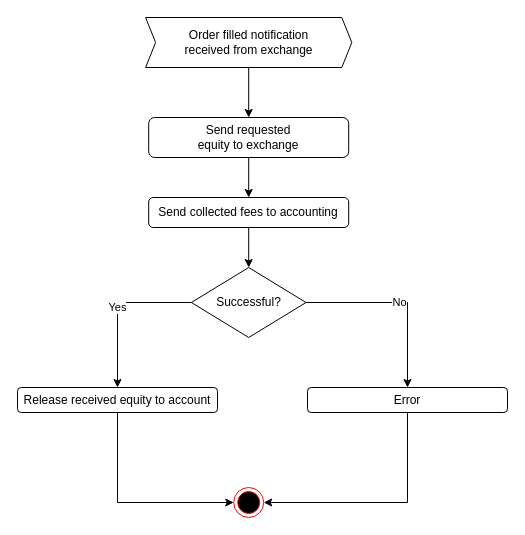
Earlier version of the draw.io diagram UC5:OrderFilled.drawio (dgboulger/SpoofTraderMarket). Source tidied: cells renumbered, new cells numbered last; positions are measured from the earlier drawing's top-left corner, leaving out a move shared by most shapes. Both pictures are drawn from the tidied source at 100%, with x=0, y=0 at pixel (17, 17).
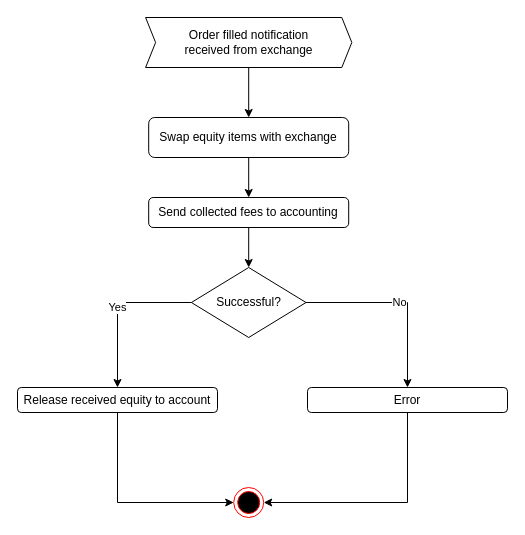
Above is the later version.

Diff of the diagram source:
```diff
@@
 <mxGraphModel>
   <root>
     <mxCell id="0" />
     <mxCell id="1" parent="0" />
     <mxCell id="2" value="Yes" style="edgeStyle=orthogonalEdgeStyle;rounded=0;orthogonalLoop=1;jettySize=auto;html=1;entryX=0.5;entryY=0;entryDx=0;entryDy=0;" parent="1" edge="1">
       <mxGeometry relative="1" as="geometry">
         <mxPoint x="475" y="420" as="targetPoint" />
       </mxGeometry>
     </mxCell>
     <mxCell id="3" style="edgeStyle=orthogonalEdgeStyle;rounded=0;orthogonalLoop=1;jettySize=auto;html=1;entryX=0.5;entryY=0;entryDx=0;entryDy=0;exitX=0.5;exitY=1;exitDx=0;exitDy=0;" parent="1" edge="1">
       <mxGeometry relative="1" as="geometry">
         <mxPoint x="30" y="390" as="sourcePoint" />
       </mxGeometry>
     </mxCell>
     <mxCell id="4" style="ellipse;html=1;shape=endState;fillColor=#000000;strokeColor=#ff0000;" parent="1" vertex="1">
       <mxGeometry x="216.2" y="470" width="30" height="30" as="geometry" />
     </mxCell>
     <mxCell id="5" value="Yes" style="edgeStyle=orthogonalEdgeStyle;rounded=0;jettySize=auto;html=1;exitX=0;exitY=0.5;exitDx=0;exitDy=0;" parent="1" edge="1" source="7" target="17">
       <mxGeometry relative="1" as="geometry" />
     </mxCell>
     <mxCell id="6" value="No" style="edgeStyle=orthogonalEdgeStyle;rounded=0;jettySize=auto;html=1;entryX=0.5;entryY=0;entryDx=0;entryDy=0;" parent="1" edge="1" source="7" target="9">
       <mxGeometry relative="1" as="geometry" />
     </mxCell>
     <mxCell id="7" value="Successful?" style="rhombus;whiteSpace=wrap;html=1;" parent="1" vertex="1">
       <mxGeometry x="173.9" y="250" width="114.6" height="70" as="geometry" />
     </mxCell>
     <mxCell id="8" style="edgeStyle=orthogonalEdgeStyle;rounded=0;jettySize=auto;html=1;entryX=1;entryY=0.5;entryDx=0;entryDy=0;exitX=0.5;exitY=1;exitDx=0;exitDy=0;" parent="1" edge="1" source="9" target="4">
       <mxGeometry relative="1" as="geometry" />
     </mxCell>
     <mxCell id="9" value="Error" style="rounded=1;whiteSpace=wrap;html=1;fillColor=#FFFFFF;" parent="1" vertex="1">
       <mxGeometry x="290" y="370" width="200" height="25" as="geometry" />
     </mxCell>
     <mxCell id="10" style="edgeStyle=orthogonalEdgeStyle;rounded=0;jettySize=auto;html=1;entryX=0.5;entryY=0;entryDx=0;entryDy=0;" parent="1" edge="1" source="12" target="7">
       <mxGeometry relative="1" as="geometry" />
     </mxCell>
-    <mxCell id="11" value="Send requested &lt;br&gt;equity to exchange" style="rounded=1;whiteSpace=wrap;html=1;fillColor=#FFFFFF;" parent="1" vertex="1">
+    <mxCell id="11" value="Swap equity items with exchange" style="rounded=1;whiteSpace=wrap;html=1;fillColor=#FFFFFF;" parent="1" vertex="1">
       <mxGeometry x="131.2" y="100" width="200" height="40" as="geometry" />
     </mxCell>
     <mxCell id="12" value="Send collected fees to accounting" style="rounded=1;whiteSpace=wrap;html=1;fillColor=#FFFFFF;" parent="1" vertex="1">
       <mxGeometry x="131.2" y="180" width="200" height="30" as="geometry" />
     </mxCell>
     <mxCell id="13" style="edgeStyle=orthogonalEdgeStyle;rounded=0;jettySize=auto;html=1;entryX=0.5;entryY=0;entryDx=0;entryDy=0;" parent="1" edge="1" source="11" target="12">
       <mxGeometry relative="1" as="geometry" />
     </mxCell>
     <mxCell id="14" style="edgeStyle=orthogonalEdgeStyle;rounded=0;jettySize=auto;html=1;" parent="1" edge="1" source="15" target="11">
       <mxGeometry relative="1" as="geometry" />
     </mxCell>
     <mxCell id="15" value="Order filled notification &lt;br&gt;received from exchange" style="html=1;shadow=0;dashed=0;align=center;verticalAlign=middle;shape=mxgraph.arrows2.arrow;dy=0;dx=10;notch=10;" parent="1" vertex="1">
       <mxGeometry x="128.1" width="206.2" height="50" as="geometry" />
     </mxCell>
     <mxCell id="16" style="edgeStyle=orthogonalEdgeStyle;rounded=0;jettySize=auto;html=1;entryX=0;entryY=0.5;entryDx=0;entryDy=0;exitX=0.5;exitY=1;exitDx=0;exitDy=0;" parent="1" edge="1" source="17" target="4">
       <mxGeometry relative="1" as="geometry" />
     </mxCell>
     <mxCell id="17" value="Release received equity to account" style="rounded=1;whiteSpace=wrap;html=1;fillColor=#FFFFFF;" parent="1" vertex="1">
       <mxGeometry y="370" width="200" height="25" as="geometry" />
     </mxCell>
   </root>
 </mxGraphModel>
```
